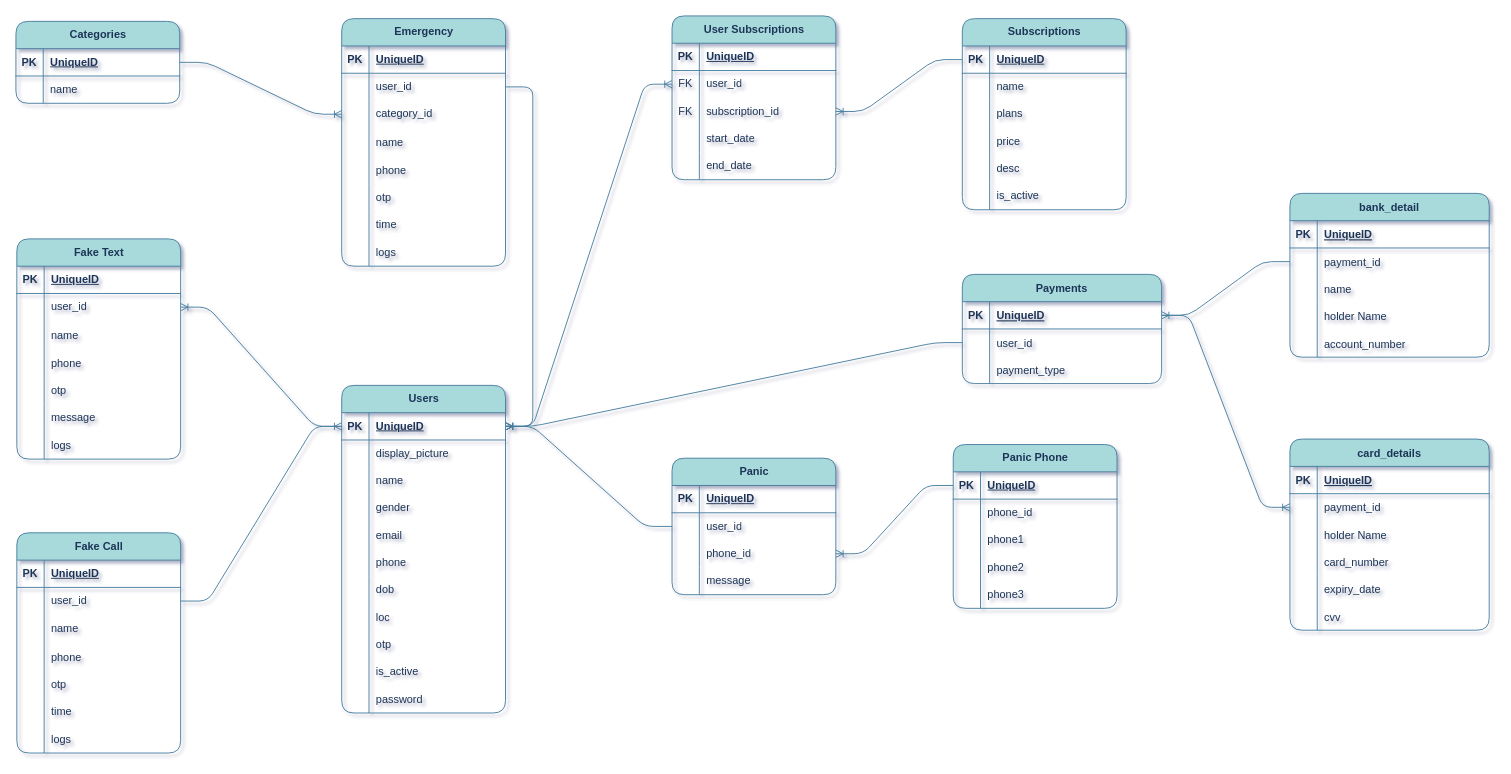
The draw.io diagram security.drawio in ShariqBinZaid/dashboard_robert, before the edit. Source tidied: cells renumbered, new cells numbered last; positions are measured from the earlier drawing's top-left corner, leaving out a move shared by most shapes. Both pictures are drawn from the tidied source at 91%, with x=0, y=0 at pixel (15, 15).
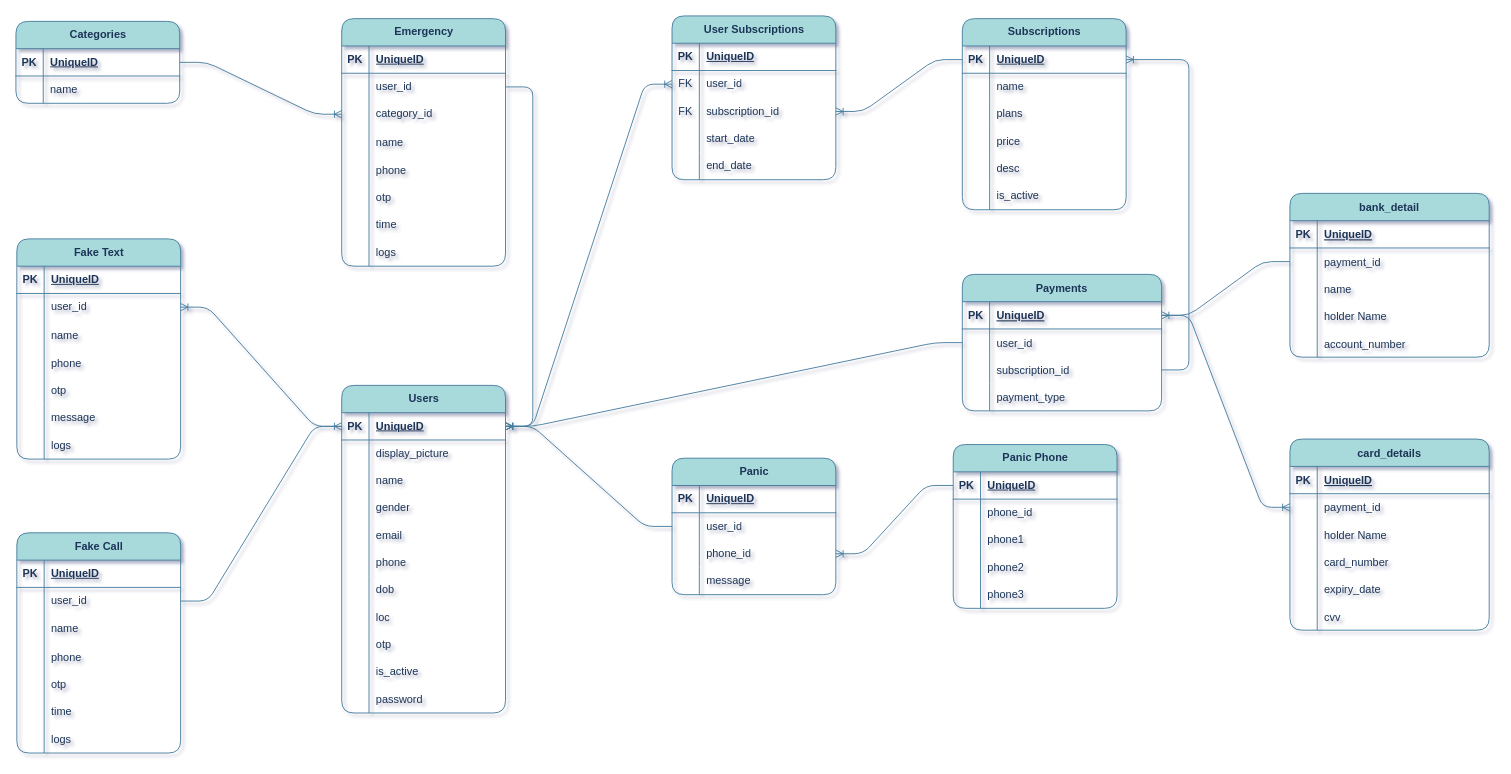
The same page after the edit.

The change refers to these unchanged cells:
```xml
<mxCell id="37" style="shape=tableRow;horizontal=0;startSize=0;swimlaneHead=0;swimlaneBody=0;fillColor=none;points=[[0,0.5],[1,0.5]];portConstraint=eastwest;top=0;left=0;right=0;bottom=1;labelBackgroundColor=none;strokeColor=#457B9D;fontColor=#1D3557;rounded=1;" parent="36" vertex="1">
  <mxGeometry y="30" width="180" height="30" as="geometry" />
</mxCell>
```

The edit, as a diff of the source:
```diff
@@
     <mxCell id="184" value="Payments" style="shape=table;startSize=30;childLayout=tableLayout;rowLines=0;fontStyle=1;align=center;rounded=1;labelBackgroundColor=none;fillColor=#A8DADC;strokeColor=#457B9D;fontColor=#1D3557;" parent="1" vertex="1">
-      <mxGeometry x="1040" y="284" width="219" height="120" as="geometry" />
+      <mxGeometry x="1040" y="284" width="219" height="150" as="geometry" />
     </mxCell>
@@
+    <mxCell id="232" style="shape=tableRow;horizontal=0;startSize=0;swimlaneHead=0;swimlaneBody=0;fillColor=none;points=[[0,0.5],[1,0.5]];portConstraint=eastwest;top=0;left=0;right=0;bottom=0;rounded=1;labelBackgroundColor=none;strokeColor=#457B9D;fontColor=#1D3557;" parent="184" vertex="1">
+      <mxGeometry y="90" width="219" height="30" as="geometry" />
+    </mxCell>
+    <mxCell id="233" style="shape=partialRectangle;fillColor=none;top=0;left=0;bottom=0;right=0;overflow=hidden;rounded=1;labelBackgroundColor=none;strokeColor=#457B9D;fontColor=#1D3557;" parent="232" vertex="1">
+      <mxGeometry width="30" height="30" as="geometry" />
+    </mxCell>
+    <mxCell id="234" value="subscription_id" style="shape=partialRectangle;fillColor=none;top=0;left=0;bottom=0;right=0;align=left;spacingLeft=6;overflow=hidden;rounded=1;labelBackgroundColor=none;strokeColor=#457B9D;fontColor=#1D3557;" parent="232" vertex="1">
+      <mxGeometry x="30" width="189" height="30" as="geometry" />
+    </mxCell>
     <mxCell id="191" style="shape=tableRow;horizontal=0;startSize=0;swimlaneHead=0;swimlaneBody=0;fillColor=none;top=0;left=0;right=0;bottom=0;rounded=1;labelBackgroundColor=none;strokeColor=#457B9D;fontColor=#1D3557;" parent="184" vertex="1">
-      <mxGeometry y="90" width="219" height="30" as="geometry" />
+      <mxGeometry y="120" width="219" height="30" as="geometry" />
     </mxCell>
@@
+    <mxCell id="235" style="edgeStyle=entityRelationEdgeStyle;fontSize=12;html=1;endArrow=ERoneToMany;rounded=1;labelBackgroundColor=none;strokeColor=#457B9D;fontColor=default;" parent="1" edge="1" source="232" target="37">
+      <mxGeometry relative="1" as="geometry">
+        <Array as="points">
+          <mxPoint x="1059" y="442" />
+        </Array>
+      </mxGeometry>
+    </mxCell>
```
